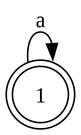
jorbDehmel/theory-of-computation keeps this Graphviz diagram as figures/regex1.png. Above is the earlier version. Its source is kept beside it as figures/regex1.dot.
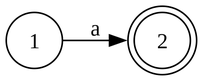
Above is the later version.

What changed in the source:
```diff
@@ -2,6 +2,7 @@
     dpi=300;
     rankdir="LR";
     rank=same;
-    1.1 [shape=doublecircle label="1"];
-    1.1 -> 1.1 [label="a"];
+    1.1 [shape=circle label="1"];
+    1.2 [shape=doublecircle label="2"];
+    1.1 -> 1.2 [label="a"];
 }
```
